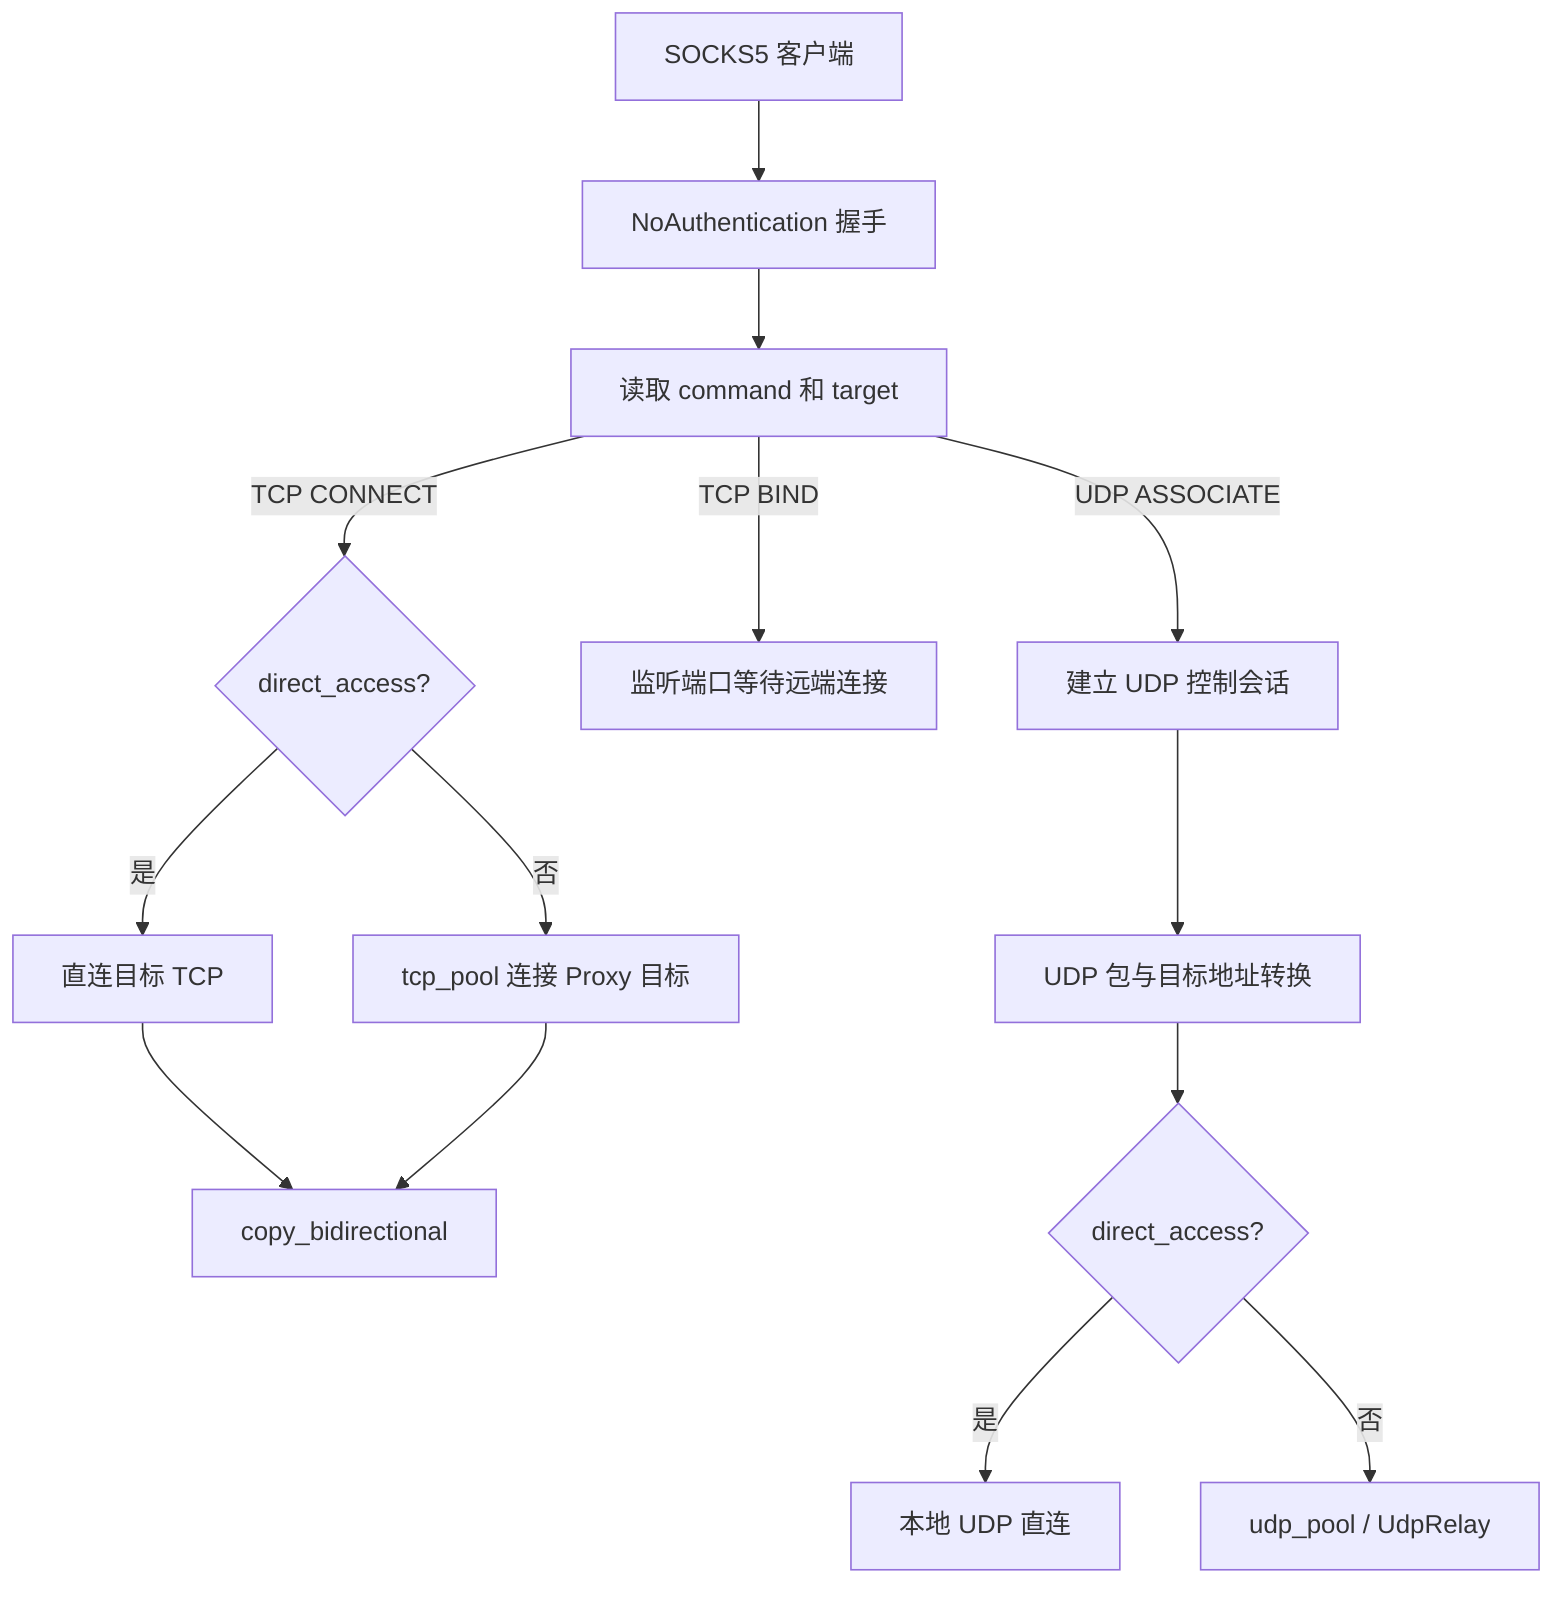
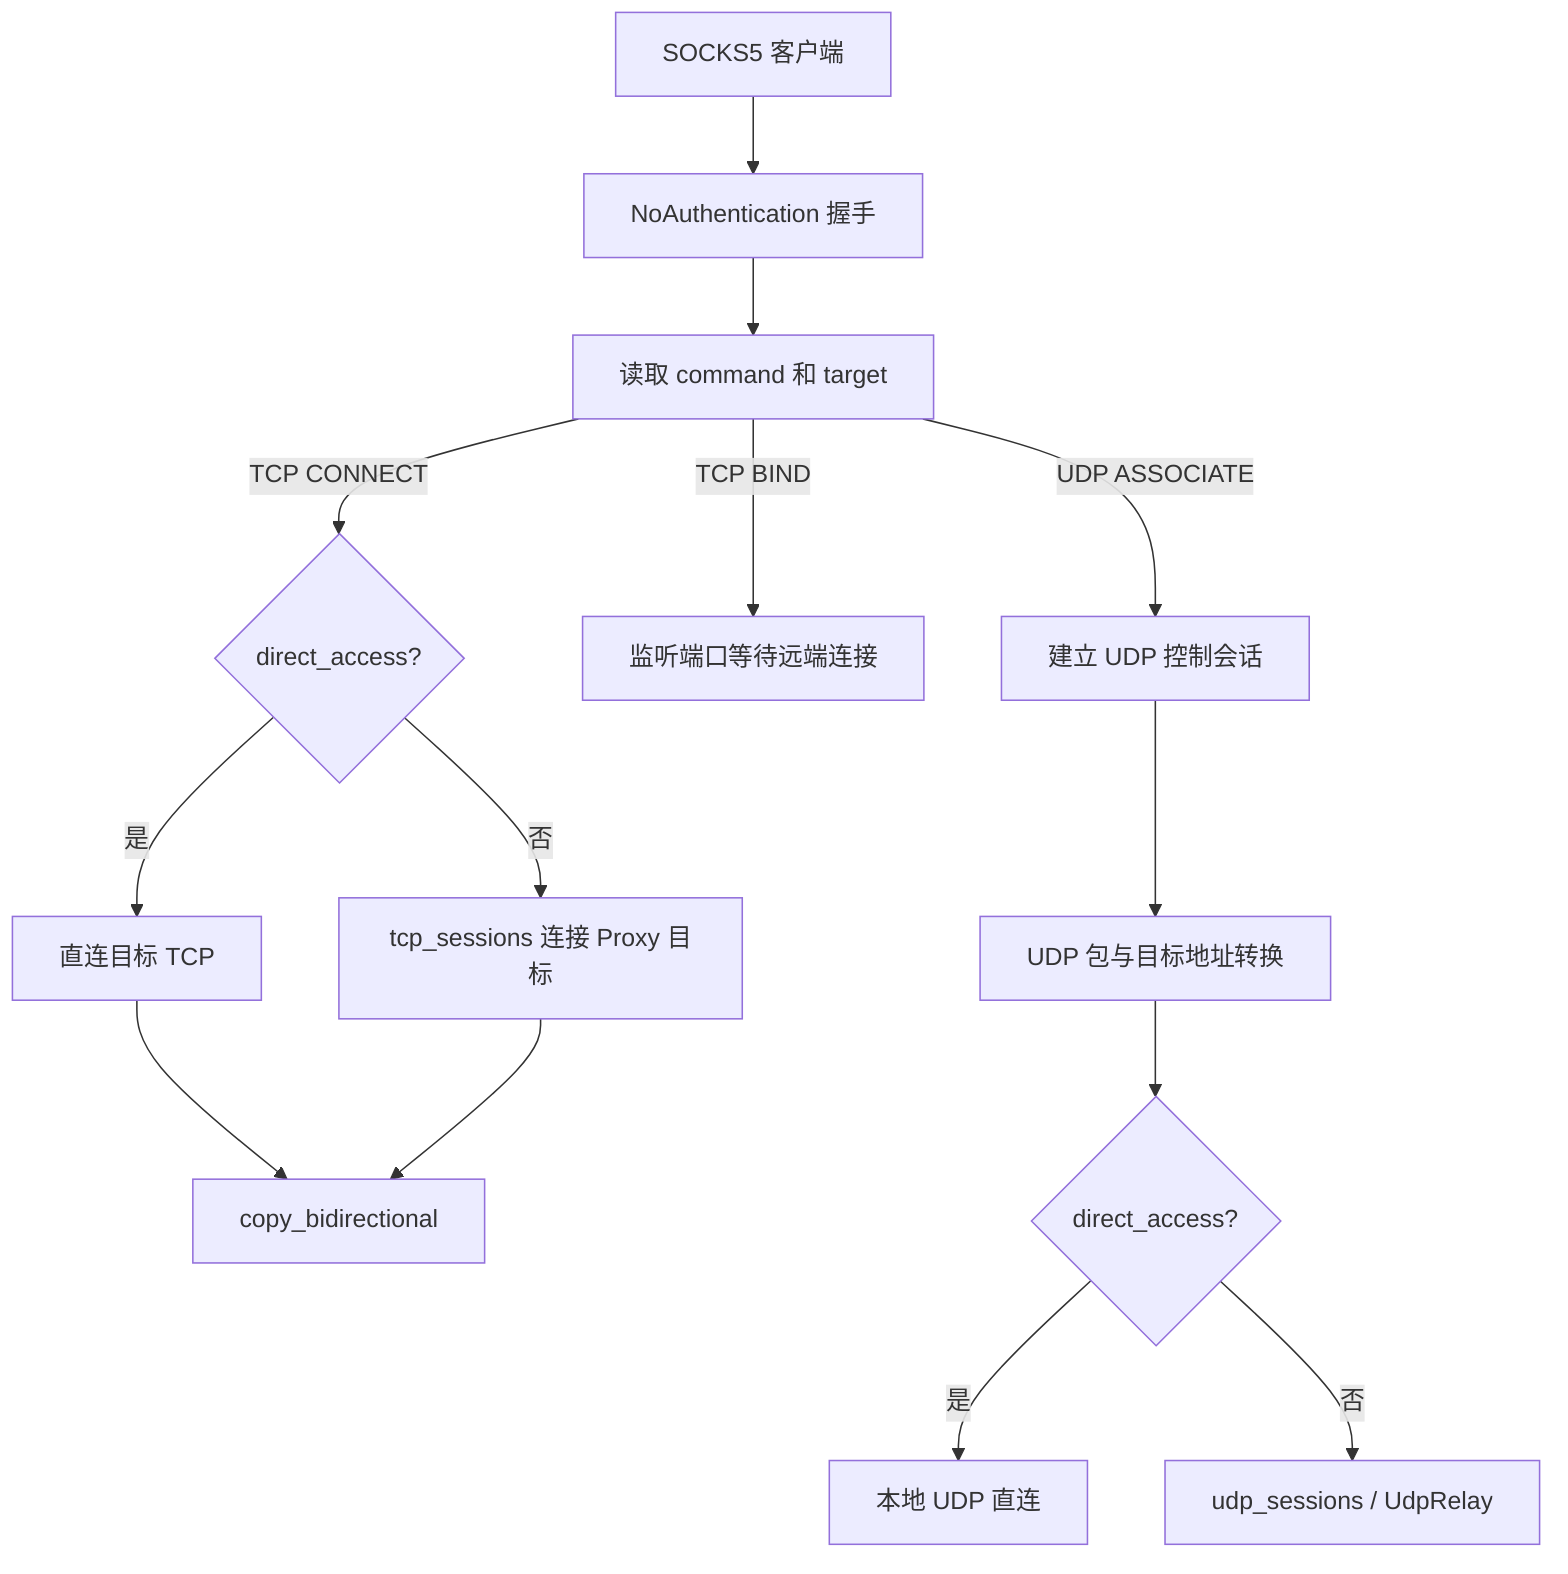
flowchart TD
    A["SOCKS5 客户端"] --> B["NoAuthentication 握手"]
    B --> C["读取 command 和 target"]
    C -->|"TCP CONNECT"| D{"direct_access?"}
    D -->|"是"| E["直连目标 TCP"]
-     D -->|"否"| F["tcp_pool 连接 Proxy 目标"]
+     D -->|"否"| F["tcp_sessions 连接 Proxy 目标"]
    E --> G["copy_bidirectional"]
    F --> G
    C -->|"TCP BIND"| H["监听端口等待远端连接"]
    C -->|"UDP ASSOCIATE"| I["建立 UDP 控制会话"]
    I --> J["UDP 包与目标地址转换"]
    J --> K{"direct_access?"}
    K -->|"是"| L["本地 UDP 直连"]
-     K -->|"否"| M["udp_pool / UdpRelay"]
+     K -->|"否"| M["udp_sessions / UdpRelay"]
